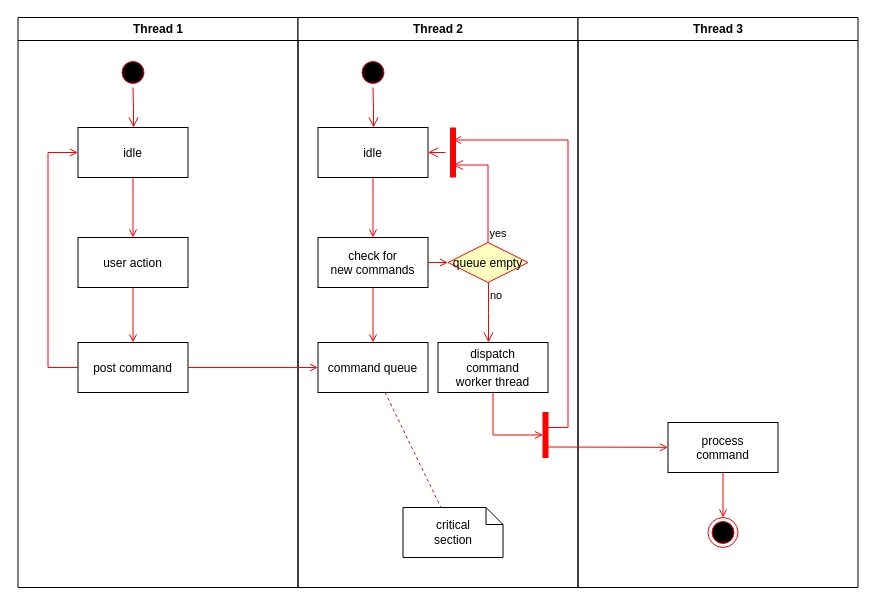
The draw.io diagram product.drawio in rbk13/220, before the edit. Source tidied: cells renumbered, new cells numbered last; positions are measured from the earlier drawing's top-left corner, leaving out a move shared by most shapes. Both pictures are drawn from the tidied source at 100%, with x=0, y=0 at pixel (17, 17).
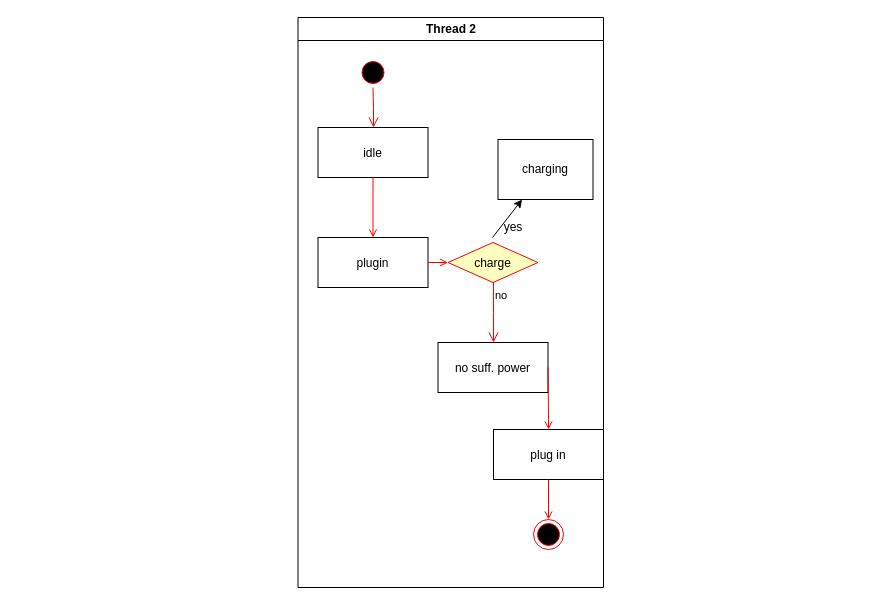
Above is the later version.

Unchanged cells that the change refers to:
```xml
<mxCell id="14" value="idle" parent="11" vertex="1">
  <mxGeometry x="20" y="110" width="110" height="50" as="geometry" />
</mxCell>
```

Change to the diagram source:
```diff
@@
-    <mxCell id="2" value="Thread 1" style="swimlane;whiteSpace=wrap;" parent="1" vertex="1">
-      <mxGeometry x="0.5" width="280" height="570" as="geometry" />
-    </mxCell>
-    <mxCell id="3" style="ellipse;shape=startState;fillColor=#000000;strokeColor=#ff0000;" parent="2" vertex="1">
-      <mxGeometry x="100" y="40" width="30" height="30" as="geometry" />
-    </mxCell>
-    <mxCell id="4" style="edgeStyle=elbowEdgeStyle;elbow=horizontal;verticalAlign=bottom;endArrow=open;endSize=8;strokeColor=#FF0000;endFill=1;rounded=0;" parent="2" edge="1" source="3" target="5">
-      <mxGeometry x="100" y="40" as="geometry" />
-    </mxCell>
-    <mxCell id="5" value="idle" parent="2" vertex="1">
-      <mxGeometry x="60" y="110" width="110" height="50" as="geometry" />
-    </mxCell>
-    <mxCell id="6" value="user action" parent="2" vertex="1">
-      <mxGeometry x="60" y="220" width="110" height="50" as="geometry" />
-    </mxCell>
-    <mxCell id="7" style="endArrow=open;strokeColor=#FF0000;endFill=1;rounded=0;" parent="2" edge="1" source="5" target="6">
-      <mxGeometry relative="1" as="geometry" />
-    </mxCell>
-    <mxCell id="8" value="post command" parent="2" vertex="1">
-      <mxGeometry x="60" y="325" width="110" height="50" as="geometry" />
-    </mxCell>
-    <mxCell id="9" style="endArrow=open;strokeColor=#FF0000;endFill=1;rounded=0;" parent="2" edge="1" source="6" target="8">
-      <mxGeometry relative="1" as="geometry" />
-    </mxCell>
-    <mxCell id="10" style="edgeStyle=elbowEdgeStyle;elbow=horizontal;strokeColor=#FF0000;endArrow=open;endFill=1;rounded=0;" parent="2" edge="1" source="8" target="5">
-      <mxGeometry relative="1" as="geometry">
-        <Array as="points">
-          <mxPoint x="30" y="250" />
-        </Array>
-      </mxGeometry>
-    </mxCell>
     <mxCell id="11" value="Thread 2" style="swimlane;whiteSpace=wrap;" parent="1" vertex="1">
-      <mxGeometry x="280.5" width="280" height="570" as="geometry" />
+      <mxGeometry x="280.5" width="305.5" height="570" as="geometry" />
     </mxCell>
@@
-    <mxCell id="15" value="check for &#10;new commands" parent="11" vertex="1">
+    <mxCell id="15" value="plugin" parent="11" vertex="1">
       <mxGeometry x="20" y="220" width="110" height="50" as="geometry" />
     </mxCell>
@@
-    <mxCell id="17" value="command queue" parent="11" vertex="1">
-      <mxGeometry x="20" y="325" width="110" height="50" as="geometry" />
-    </mxCell>
-    <mxCell id="18" style="endArrow=open;strokeColor=#FF0000;endFill=1;rounded=0;" parent="11" edge="1" source="15" target="17">
-      <mxGeometry relative="1" as="geometry" />
-    </mxCell>
-    <mxCell id="19" value="queue empty" style="rhombus;fillColor=#ffffc0;strokeColor=#ff0000;" parent="11" vertex="1">
-      <mxGeometry x="150" y="225" width="80" height="40" as="geometry" />
+    <mxCell id="19" value="charge" style="rhombus;fillColor=#ffffc0;strokeColor=#ff0000;" parent="11" vertex="1">
+      <mxGeometry x="150" y="225" width="90" height="40" as="geometry" />
     </mxCell>
-    <mxCell id="20" value="yes" style="edgeStyle=elbowEdgeStyle;elbow=horizontal;align=left;verticalAlign=bottom;endArrow=open;endSize=8;strokeColor=#FF0000;exitX=0.5;exitY=0;endFill=1;rounded=0;entryX=0.75;entryY=0.5;entryPerimeter=0;" parent="11" edge="1" source="19" target="23">
-      <mxGeometry x="-1" relative="1" as="geometry">
-        <Array as="points">
-          <mxPoint x="190" y="180" />
-        </Array>
-      </mxGeometry>
-    </mxCell>
@@
-    <mxCell id="23" style="shape=line;strokeWidth=6;strokeColor=#ff0000;rotation=90;" parent="11" vertex="1">
-      <mxGeometry x="130" y="127.5" width="50" height="15" as="geometry" />
-    </mxCell>
-    <mxCell id="24" style="edgeStyle=elbowEdgeStyle;elbow=horizontal;verticalAlign=bottom;endArrow=open;endSize=8;strokeColor=#FF0000;endFill=1;rounded=0;" parent="11" edge="1" source="23" target="14">
-      <mxGeometry x="130" y="90" as="geometry" />
-    </mxCell>
-    <mxCell id="25" value="dispatch&#10;command&#10;worker thread" parent="11" vertex="1">
+    <mxCell id="25" value="no suff. power" parent="11" vertex="1">
       <mxGeometry x="140" y="325" width="110" height="50" as="geometry" />
     </mxCell>
-    <mxCell id="26" value="critical&#10;section" style="shape=note;whiteSpace=wrap;size=17;" parent="11" vertex="1">
-      <mxGeometry x="105" y="490" width="100" height="50" as="geometry" />
-    </mxCell>
-    <mxCell id="27" style="endArrow=none;strokeColor=#FF0000;endFill=0;rounded=0;dashed=1;" parent="11" edge="1" source="17" target="26">
-      <mxGeometry relative="1" as="geometry" />
-    </mxCell>
-    <mxCell id="28" style="whiteSpace=wrap;strokeColor=#FF0000;fillColor=#FF0000;" parent="11" vertex="1">
-      <mxGeometry x="245" y="395" width="5" height="45" as="geometry" />
-    </mxCell>
-    <mxCell id="29" style="edgeStyle=elbowEdgeStyle;elbow=horizontal;entryX=0;entryY=0.5;strokeColor=#FF0000;endArrow=open;endFill=1;rounded=0;" parent="11" edge="1" source="25" target="28">
-      <mxGeometry relative="1" as="geometry">
-        <Array as="points">
-          <mxPoint x="195" y="400" />
-        </Array>
-      </mxGeometry>
-    </mxCell>
-    <mxCell id="30" value="Thread 3" style="swimlane;whiteSpace=wrap;" parent="1" vertex="1">
-      <mxGeometry x="560.5" width="280" height="570" as="geometry" />
-    </mxCell>
+    <mxCell id="37" style="endArrow=classic;html=1;" parent="11" edge="1" target="38">
+      <mxGeometry relative="1" as="geometry">
+        <mxPoint x="194.5" y="220" as="sourcePoint" />
+      </mxGeometry>
+    </mxCell>
+    <mxCell id="20" value="yes" style="text;html=1;strokeColor=none;fillColor=none;align=center;verticalAlign=middle;whiteSpace=wrap;rounded=0;" parent="11" vertex="1">
+      <mxGeometry x="195.5" y="200" width="40" height="20" as="geometry" />
+    </mxCell>
-    <mxCell id="31" value="process&#10;command" parent="30" vertex="1">
-      <mxGeometry x="90" y="405" width="110" height="50" as="geometry" />
+    <mxCell id="31" value="plug in" parent="11" vertex="1">
+      <mxGeometry x="195.5" y="412" width="110" height="50" as="geometry" />
     </mxCell>
-    <mxCell id="32" style="edgeStyle=elbowEdgeStyle;elbow=horizontal;strokeColor=#FF0000;endArrow=open;endFill=1;rounded=0;entryX=0.25;entryY=0.5;entryPerimeter=0;" parent="30" edge="1" target="23">
-      <mxGeometry relative="1" as="geometry">
-        <mxPoint x="-30" y="410" as="sourcePoint" />
-        <Array as="points">
-          <mxPoint x="-10" y="135" />
-        </Array>
-      </mxGeometry>
-    </mxCell>
-    <mxCell id="33" style="edgeStyle=none;strokeColor=#FF0000;endArrow=open;endFill=1;rounded=0;" parent="30" edge="1" target="31">
+    <mxCell id="33" style="edgeStyle=none;strokeColor=#FF0000;endArrow=open;endFill=1;rounded=0;exitX=1;exitY=0.5;exitDx=0;exitDy=0;" parent="11" edge="1" source="25" target="31">
       <mxGeometry relative="1" as="geometry">
-        <mxPoint x="-30" y="429.5" as="sourcePoint" />
+        <Array as="points">
+          <mxPoint x="250.5" y="402" />
+        </Array>
       </mxGeometry>
     </mxCell>
-    <mxCell id="34" style="ellipse;shape=endState;fillColor=#000000;strokeColor=#ff0000;" parent="30" vertex="1">
-      <mxGeometry x="130" y="500" width="30" height="30" as="geometry" />
+    <mxCell id="34" style="ellipse;shape=endState;fillColor=#000000;strokeColor=#ff0000;" parent="11" vertex="1">
+      <mxGeometry x="235.5" y="502" width="30" height="30" as="geometry" />
     </mxCell>
-    <mxCell id="35" style="endArrow=open;strokeColor=#FF0000;endFill=1;rounded=0;" parent="30" edge="1" source="31" target="34">
+    <mxCell id="35" style="endArrow=open;strokeColor=#FF0000;endFill=1;rounded=0;" parent="11" edge="1" source="31" target="34">
       <mxGeometry relative="1" as="geometry" />
     </mxCell>
-    <mxCell id="36" style="endArrow=open;strokeColor=#FF0000;endFill=1;rounded=0;" parent="1" edge="1" source="8" target="17">
-      <mxGeometry relative="1" as="geometry" />
-    </mxCell>
+    <mxCell id="38" style="rounded=0;whiteSpace=wrap;html=1;" parent="1" vertex="1">
+      <mxGeometry x="480.5" y="122" width="95" height="60" as="geometry" />
+    </mxCell>
+    <mxCell id="39" value="charging" style="text;html=1;strokeColor=none;fillColor=none;align=center;verticalAlign=middle;whiteSpace=wrap;rounded=0;" parent="1" vertex="1">
+      <mxGeometry x="508" y="142" width="40" height="20" as="geometry" />
+    </mxCell>
```
